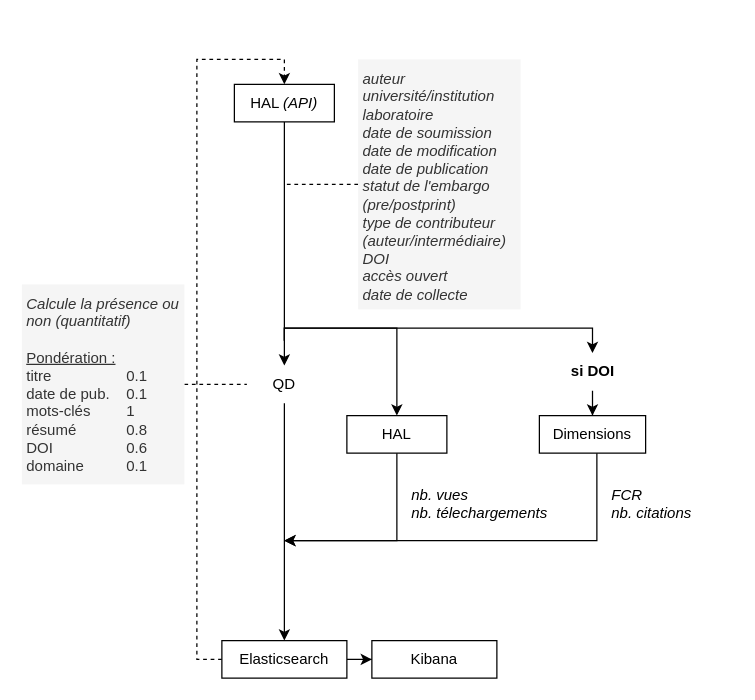
Before: schema.drawio in alarictabaries/hal_cartographie, a draw.io diagram. Source tidied: cells renumbered, new cells numbered last; positions are measured from the earlier drawing's top-left corner, leaving out a move shared by most shapes. Both pictures are drawn from the tidied source at 125%, with x=0, y=0 at pixel (21, 59).
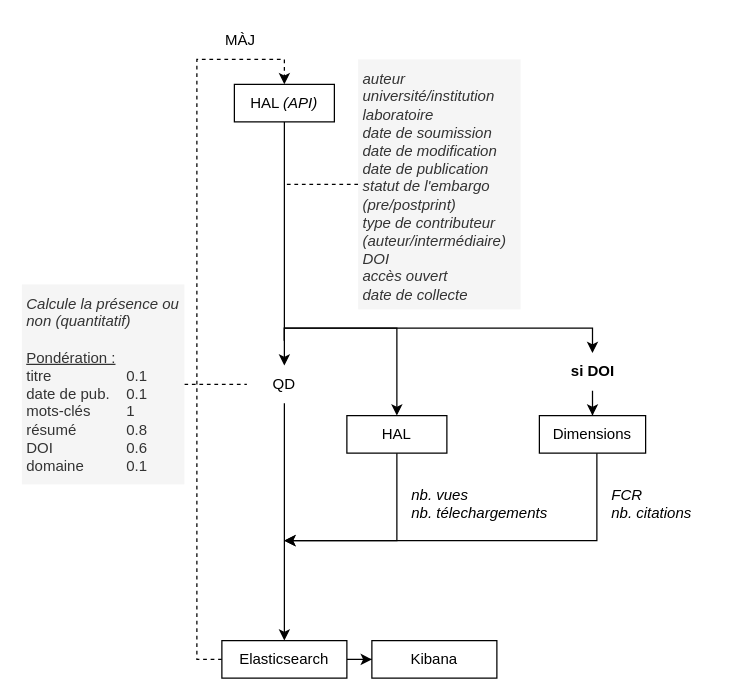
After the change.

The edit, as a diff of the source:
```diff
@@
+    <mxCell id="24" value="MÀJ" style="text;html=1;strokeColor=none;fillColor=none;align=center;verticalAlign=middle;whiteSpace=wrap;rounded=0;fontFamily=Helvetica;fontSize=12;" parent="1" vertex="1">
+      <mxGeometry x="140" y="-30" width="70" height="30" as="geometry" />
+    </mxCell>
```
